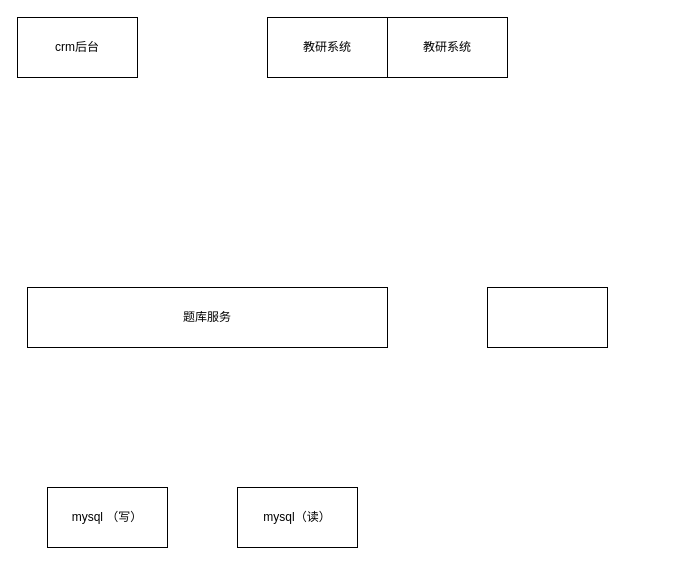
The draw.io diagram 题库更新同步问题.drawio in xiell2016/hetaoDesign, before the edit. Source tidied: cells renumbered, new cells numbered last; positions are measured from the earlier drawing's top-left corner, leaving out a move shared by most shapes. Both pictures are drawn from the tidied source at 100%, with x=0, y=0 at pixel (17, 17).
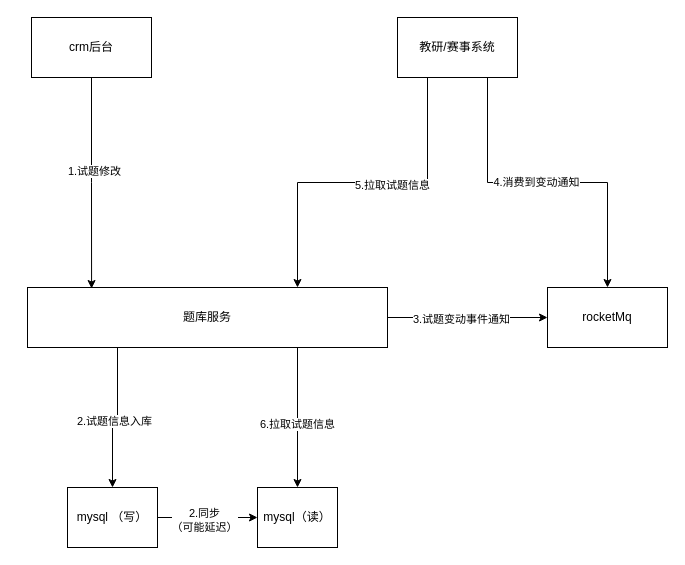
After the change.

Commit message (it also covers changes not shown here):
更新题库更新同步问题.drawio

The change refers to these unchanged cells:
```xml
<mxCell id="3" value="题库服务" style="rounded=0;whiteSpace=wrap;html=1;" parent="1" vertex="1">
  <mxGeometry x="10" y="270" width="360" height="60" as="geometry" />
</mxCell>
```

What changed in the source:
```diff
@@
-    <mxCell id="2" style="rounded=0;whiteSpace=wrap;html=1;" parent="1" vertex="1">
-      <mxGeometry x="470" y="270" width="120" height="60" as="geometry" />
+    <mxCell id="2" value="rocketMq" style="rounded=0;whiteSpace=wrap;html=1;" parent="1" vertex="1">
+      <mxGeometry x="530" y="270" width="120" height="60" as="geometry" />
     </mxCell>
+    <mxCell id="9" style="edgeStyle=orthogonalEdgeStyle;rounded=0;jettySize=auto;html=1;exitX=0.25;exitY=1;exitDx=0;exitDy=0;" parent="1" edge="1" source="3" target="4">
+      <mxGeometry relative="1" as="geometry" />
+    </mxCell>
+    <mxCell id="10" value="2.试题信息入库" style="edgeLabel;html=1;align=center;verticalAlign=middle;" parent="9" vertex="1">
+      <mxGeometry x="0.07" y="1" relative="1" as="geometry" />
+    </mxCell>
+    <mxCell id="11" style="edgeStyle=orthogonalEdgeStyle;rounded=0;jettySize=auto;html=1;exitX=1;exitY=0.5;exitDx=0;exitDy=0;entryX=0;entryY=0.5;entryDx=0;entryDy=0;" parent="1" edge="1" source="3" target="2">
+      <mxGeometry relative="1" as="geometry" />
+    </mxCell>
+    <mxCell id="12" value="3.试题变动事件通知" style="edgeLabel;html=1;align=center;verticalAlign=middle;" parent="11" vertex="1">
+      <mxGeometry x="-0.09" y="-1" relative="1" as="geometry" />
+    </mxCell>
+    <mxCell id="13" style="edgeStyle=orthogonalEdgeStyle;rounded=0;jettySize=auto;html=1;exitX=0.75;exitY=1;exitDx=0;exitDy=0;entryX=0.5;entryY=0;entryDx=0;entryDy=0;" parent="1" edge="1" source="3" target="6">
+      <mxGeometry relative="1" as="geometry" />
+    </mxCell>
+    <mxCell id="14" value="6.拉取试题信息" style="edgeLabel;html=1;align=center;verticalAlign=middle;" parent="13" vertex="1">
+      <mxGeometry x="0.09" y="-1" relative="1" as="geometry" />
+    </mxCell>
@@
+    <mxCell id="15" style="edgeStyle=orthogonalEdgeStyle;rounded=0;jettySize=auto;html=1;exitX=1;exitY=0.5;exitDx=0;exitDy=0;entryX=0;entryY=0.5;entryDx=0;entryDy=0;" parent="1" edge="1" source="4" target="6">
+      <mxGeometry relative="1" as="geometry" />
+    </mxCell>
+    <mxCell id="16" value="2.同步&lt;br&gt;（可能延迟）" style="edgeLabel;html=1;align=center;verticalAlign=middle;" parent="15" vertex="1">
+      <mxGeometry x="-0.08" y="-2" relative="1" as="geometry" />
+    </mxCell>
     <mxCell id="4" value="mysql （写）" style="rounded=0;whiteSpace=wrap;html=1;" parent="1" vertex="1">
-      <mxGeometry x="30" y="470" width="120" height="60" as="geometry" />
+      <mxGeometry x="50" y="470" width="90" height="60" as="geometry" />
     </mxCell>
     <mxCell id="5" value="crm后台" style="rounded=0;whiteSpace=wrap;html=1;" parent="1" vertex="1">
-      <mxGeometry width="120" height="60" as="geometry" />
+      <mxGeometry x="14" width="120" height="60" as="geometry" />
     </mxCell>
     <mxCell id="6" value="mysql（读）" style="rounded=0;whiteSpace=wrap;html=1;" parent="1" vertex="1">
-      <mxGeometry x="220" y="470" width="120" height="60" as="geometry" />
+      <mxGeometry x="240" y="470" width="80" height="60" as="geometry" />
     </mxCell>
-    <mxCell id="7" value="教研系统" style="rounded=0;whiteSpace=wrap;html=1;" parent="1" vertex="1">
-      <mxGeometry x="250" width="120" height="60" as="geometry" />
-    </mxCell>
+    <mxCell id="17" style="edgeStyle=orthogonalEdgeStyle;rounded=0;jettySize=auto;html=1;exitX=0.25;exitY=1;exitDx=0;exitDy=0;entryX=0.75;entryY=0;entryDx=0;entryDy=0;" parent="1" edge="1" source="8" target="3">
+      <mxGeometry relative="1" as="geometry" />
+    </mxCell>
+    <mxCell id="18" value="5.拉取试题信息" style="edgeLabel;html=1;align=center;verticalAlign=middle;" parent="17" vertex="1">
+      <mxGeometry x="-0.17" y="2" relative="1" as="geometry" />
+    </mxCell>
+    <mxCell id="19" style="edgeStyle=orthogonalEdgeStyle;rounded=0;jettySize=auto;html=1;exitX=0.75;exitY=1;exitDx=0;exitDy=0;entryX=0.5;entryY=0;entryDx=0;entryDy=0;" parent="1" edge="1" source="8" target="2">
+      <mxGeometry relative="1" as="geometry" />
+    </mxCell>
+    <mxCell id="20" value="4.消费到变动通知" style="edgeLabel;html=1;align=center;verticalAlign=middle;" parent="19" vertex="1">
+      <mxGeometry x="-0.07" y="1" relative="1" as="geometry" />
+    </mxCell>
-    <mxCell id="8" value="教研系统" style="rounded=0;whiteSpace=wrap;html=1;" parent="1" vertex="1">
-      <mxGeometry x="370" width="120" height="60" as="geometry" />
+    <mxCell id="8" value="教研/赛事系统" style="rounded=0;whiteSpace=wrap;html=1;" parent="1" vertex="1">
+      <mxGeometry x="380" width="120" height="60" as="geometry" />
     </mxCell>
+    <mxCell id="21" style="edgeStyle=orthogonalEdgeStyle;rounded=0;jettySize=auto;html=1;exitX=0.5;exitY=1;exitDx=0;exitDy=0;entryX=0.178;entryY=0.017;entryDx=0;entryDy=0;entryPerimeter=0;" parent="1" edge="1" source="5" target="3">
+      <mxGeometry relative="1" as="geometry" />
+    </mxCell>
+    <mxCell id="22" value="1.试题修改" style="edgeLabel;html=1;align=center;verticalAlign=middle;" parent="21" vertex="1">
+      <mxGeometry x="-0.12" y="2" relative="1" as="geometry" />
+    </mxCell>
```
